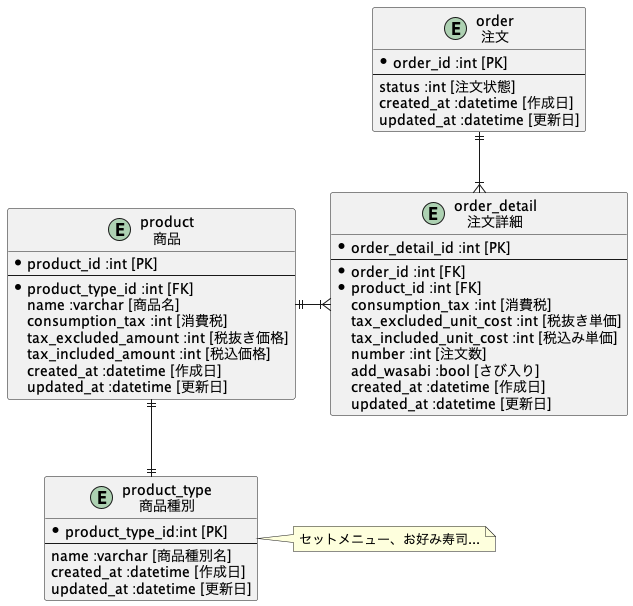
The PlantUML diagram db_modeling_1/sushi1.png in kou-tech/PrAha_Challenge, before a commit. The source it was exported from:
```plantuml
@startuml
entity product as "product\n商品" {
  *product_id :int [PK]
  --
  *product_type_id :int [FK]
  name :varchar [商品名]
  consumption_tax :int [消費税]
  tax_excluded_amount :int [税抜き価格]
  tax_included_amount :int [税込価格]
  created_at :datetime [作成日]
  updated_at :datetime [更新日]
}

entity product_type as "product_type\n商品種別" {
  *product_type_id:int [PK]
  --
  name :varchar [商品種別名]
  created_at :datetime [作成日]
  updated_at :datetime [更新日]
}

note right: セットメニュー、お好み寿司...

entity order as "order\n注文" {
  *order_id :int [PK]
  --
  status :int [注文状態]
  created_at :datetime [作成日]
  updated_at :datetime [更新日]
}

entity order_detail as "order_detail\n注文詳細" {
  *order_detail_id :int [PK]
  --
  *order_id :int [FK]
  *product_id :int [FK]
  consumption_tax :int [消費税]
  tax_excluded_unit_cost :int [税抜き単価]
  tax_included_unit_cost :int [税込み単価]
  number :int [注文数]
  add_wasabi :bool [さび入り]
  created_at :datetime [作成日]
  updated_at :datetime [更新日]
}

product ||-d-|| product_type
order ||-d-|{ order_detail
product ||-r-|{ order_detail


@enduml
```
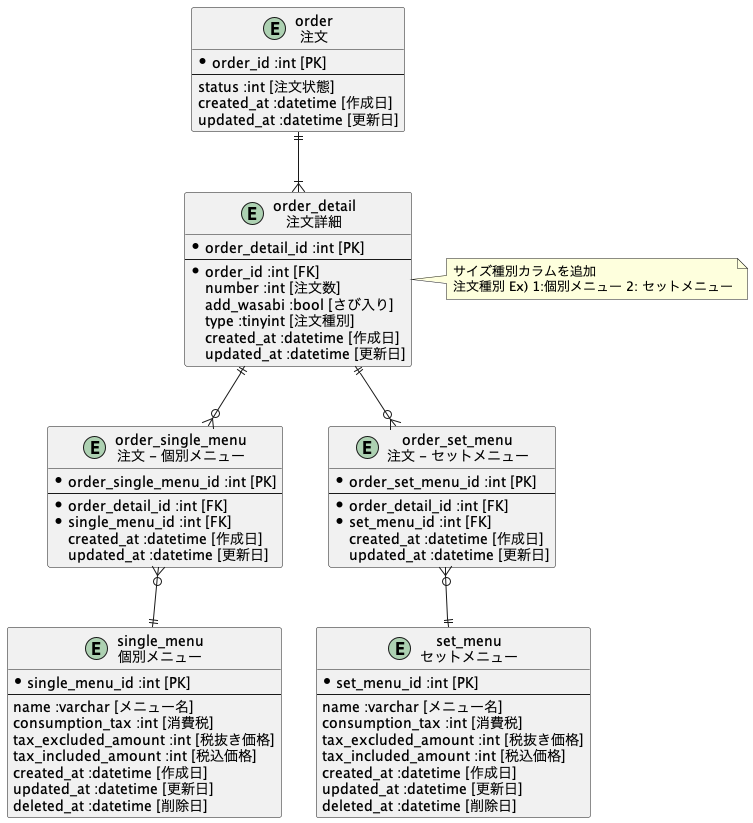
After the change.

Change to the diagram source:
```diff
@@ -1,25 +1,46 @@
 @startuml
-entity product as "product\n商品" {
-  *product_id :int [PK]
+
+entity single_menu as "single_menu\n個別メニュー" {
+  *single_menu_id :int [PK]
   --
-  *product_type_id :int [FK]
-  name :varchar [商品名]
+  name :varchar [メニュー名]
   consumption_tax :int [消費税]
   tax_excluded_amount :int [税抜き価格]
   tax_included_amount :int [税込価格]
   created_at :datetime [作成日]
   updated_at :datetime [更新日]
+  deleted_at :datetime [削除日]
 }
 
-entity product_type as "product_type\n商品種別" {
-  *product_type_id:int [PK]
+entity order_single_menu as "order_single_menu\n注文 - 個別メニュー" {
+  *order_single_menu_id :int [PK]
   --
-  name :varchar [商品種別名]
+  *order_detail_id :int [FK]
+  *single_menu_id :int [FK]
   created_at :datetime [作成日]
   updated_at :datetime [更新日]
 }
 
-note right: セットメニュー、お好み寿司...
+entity set_menu as "set_menu\nセットメニュー" {
+  *set_menu_id :int [PK]
+  --
+  name :varchar [メニュー名]
+  consumption_tax :int [消費税]
+  tax_excluded_amount :int [税抜き価格]
+  tax_included_amount :int [税込価格]
+  created_at :datetime [作成日]
+  updated_at :datetime [更新日]
+  deleted_at :datetime [削除日]
+}
+
+entity order_set_menu as "order_set_menu\n注文 - セットメニュー" {
+  *order_set_menu_id :int [PK]
+  --
+  *order_detail_id :int [FK]
+  *set_menu_id :int [FK]
+  created_at :datetime [作成日]
+  updated_at :datetime [更新日]
+}
 
 entity order as "order\n注文" {
   *order_id :int [PK]
@@ -33,19 +54,19 @@
   *order_detail_id :int [PK]
   --
   *order_id :int [FK]
-  *product_id :int [FK]
-  consumption_tax :int [消費税]
-  tax_excluded_unit_cost :int [税抜き単価]
-  tax_included_unit_cost :int [税込み単価]
   number :int [注文数]
   add_wasabi :bool [さび入り]
+  type :tinyint [注文種別]
   created_at :datetime [作成日]
   updated_at :datetime [更新日]
 }
 
-product ||-d-|| product_type
+note right: サイズ種別カラムを追加\n注文種別 Ex) 1:個別メニュー 2: セットメニュー
+
 order ||-d-|{ order_detail
-product ||-r-|{ order_detail
-
+order_detail ||--o{ order_single_menu
+order_detail ||--o{ order_set_menu
+order_single_menu }o--|| single_menu
+order_set_menu }o--|| set_menu
 
 @enduml
```
